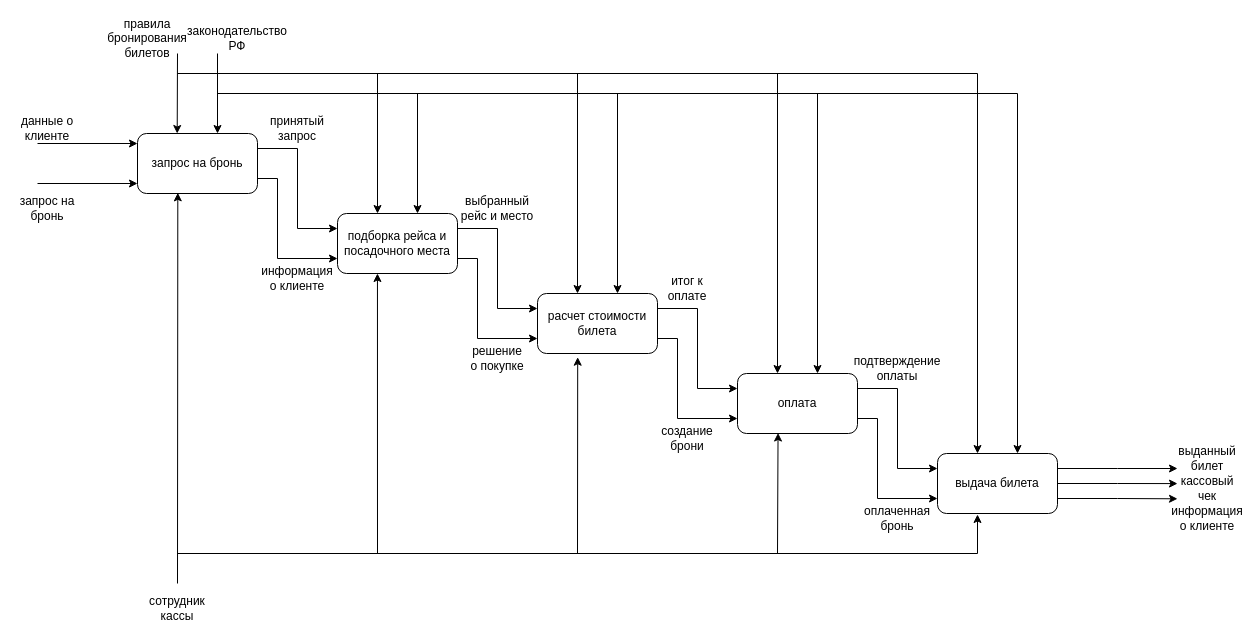
This is Декомпозиция модели ПО в нотаци IDEF0.drawio from Jurwa1/coursework, a draw.io file, before an edit. Source tidied: cells renumbered, new cells numbered last; positions are measured from the earlier drawing's top-left corner, leaving out a move shared by most shapes. Both pictures are drawn from the tidied source at 100%, with x=0, y=0 at pixel (17, 23).
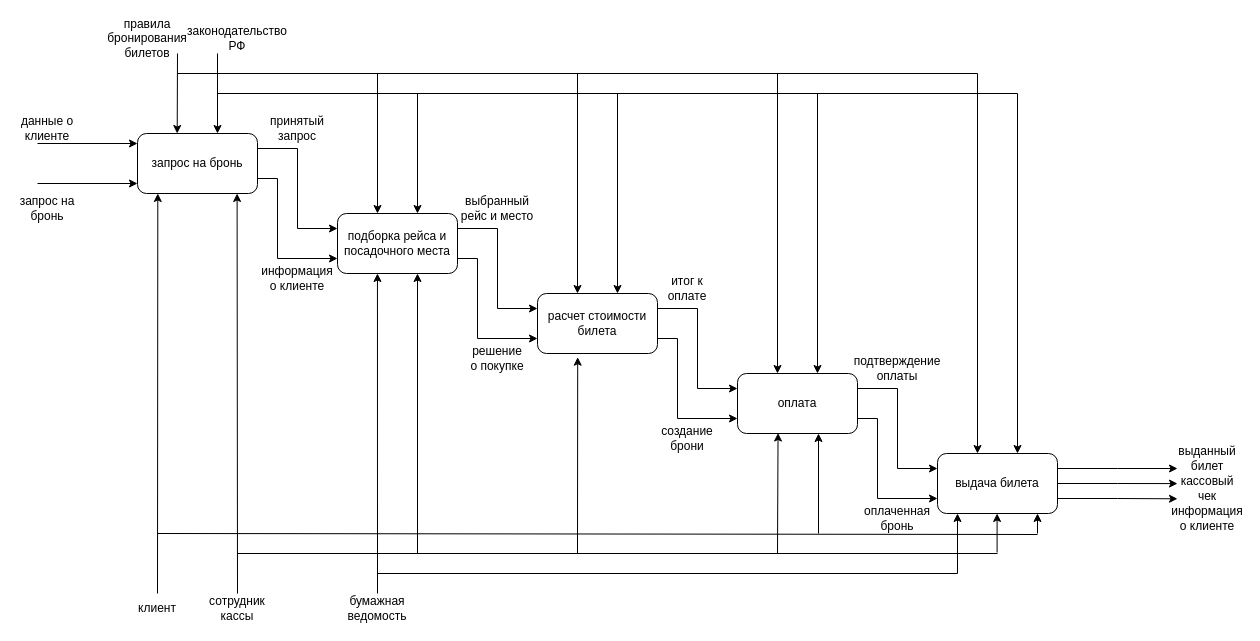
The same diagram, later.

The change refers to these unchanged cells:
```xml
<mxCell id="4" value="запрос на бронь" style="rounded=1;whiteSpace=wrap;html=1;" parent="1" vertex="1">
  <mxGeometry x="120" y="110" width="120" height="60" as="geometry" />
</mxCell>
<mxCell id="7" value="подборка рейса и посадочного места" style="rounded=1;whiteSpace=wrap;html=1;" parent="1" vertex="1">
  <mxGeometry x="320" y="190" width="120" height="60" as="geometry" />
</mxCell>
```

Change to the diagram source:
```diff
@@
-    <mxCell id="33" style="endArrow=classic;html=1;rounded=0;entryX=0.336;entryY=0.989;entryDx=0;entryDy=0;entryPerimeter=0;" parent="1" edge="1" target="4">
+    <mxCell id="33" style="endArrow=classic;html=1;rounded=0;entryX=0.336;entryY=0.989;entryDx=0;entryDy=0;entryPerimeter=0;" parent="1" edge="1">
       <mxGeometry relative="1" as="geometry">
-        <mxPoint x="160" y="560" as="sourcePoint" />
+        <mxPoint x="140" y="570" as="sourcePoint" />
+        <mxPoint x="140.3" y="170" as="targetPoint" />
       </mxGeometry>
     </mxCell>
     <mxCell id="34" style="endArrow=none;html=1;rounded=0;" parent="1" edge="1">
       <mxGeometry relative="1" as="geometry">
-        <mxPoint x="160" y="530" as="sourcePoint" />
-        <mxPoint x="960" y="530" as="targetPoint" />
+        <mxPoint x="360" y="550" as="sourcePoint" />
+        <mxPoint x="940" y="550" as="targetPoint" />
       </mxGeometry>
     </mxCell>
     <mxCell id="35" style="endArrow=classic;html=1;rounded=0;entryX=0.333;entryY=1;entryDx=0;entryDy=0;entryPerimeter=0;" parent="1" edge="1" target="7">
       <mxGeometry relative="1" as="geometry">
-        <mxPoint x="360" y="530" as="sourcePoint" />
+        <mxPoint x="360" y="570" as="sourcePoint" />
       </mxGeometry>
     </mxCell>
@@
     <mxCell id="38" style="endArrow=classic;html=1;rounded=0;" parent="1" edge="1">
       <mxGeometry relative="1" as="geometry">
-        <mxPoint x="960" y="530" as="sourcePoint" />
-        <mxPoint x="960" y="491" as="targetPoint" />
+        <mxPoint x="979.6" y="529" as="sourcePoint" />
+        <mxPoint x="979.6" y="490" as="targetPoint" />
       </mxGeometry>
     </mxCell>
     <mxCell id="39" value="сотрудник кассы" style="text;html=1;whiteSpace=wrap;strokeColor=none;fillColor=none;align=center;verticalAlign=middle;rounded=0;" parent="1" vertex="1">
-      <mxGeometry x="130" y="570" width="60" height="30" as="geometry" />
+      <mxGeometry x="190" y="570" width="60" height="30" as="geometry" />
     </mxCell>
@@
+    <mxCell id="54" style="endArrow=classic;html=1;rounded=0;" parent="1" edge="1">
+      <mxGeometry relative="1" as="geometry">
+        <mxPoint x="220" y="570" as="sourcePoint" />
+        <mxPoint x="219.6" y="170" as="targetPoint" />
+      </mxGeometry>
+    </mxCell>
+    <mxCell id="55" value="клиент" style="text;html=1;whiteSpace=wrap;strokeColor=none;fillColor=none;align=center;verticalAlign=middle;rounded=0;" parent="1" vertex="1">
+      <mxGeometry x="110" y="570" width="60" height="30" as="geometry" />
+    </mxCell>
+    <mxCell id="56" style="endArrow=none;html=1;rounded=0;" parent="1" edge="1">
+      <mxGeometry relative="1" as="geometry">
+        <mxPoint x="220" y="530" as="sourcePoint" />
+        <mxPoint x="980" y="530" as="targetPoint" />
+      </mxGeometry>
+    </mxCell>
+    <mxCell id="57" style="endArrow=classic;html=1;rounded=0;" parent="1" edge="1">
+      <mxGeometry relative="1" as="geometry">
+        <mxPoint x="1020" y="510" as="sourcePoint" />
+        <mxPoint x="1020" y="490" as="targetPoint" />
+      </mxGeometry>
+    </mxCell>
+    <mxCell id="58" style="endArrow=classic;html=1;rounded=0;entryX=0.333;entryY=1;entryDx=0;entryDy=0;entryPerimeter=0;" parent="1" edge="1">
+      <mxGeometry relative="1" as="geometry">
+        <mxPoint x="400" y="530" as="sourcePoint" />
+        <mxPoint x="400" y="250" as="targetPoint" />
+      </mxGeometry>
+    </mxCell>
+    <mxCell id="59" style="endArrow=classic;html=1;rounded=0;entryX=0.338;entryY=0.992;entryDx=0;entryDy=0;entryPerimeter=0;" parent="1" edge="1">
+      <mxGeometry relative="1" as="geometry">
+        <mxPoint x="801" y="510" as="sourcePoint" />
+        <mxPoint x="801" y="410" as="targetPoint" />
+      </mxGeometry>
+    </mxCell>
+    <mxCell id="60" style="endArrow=none;html=1;rounded=0;" parent="1" edge="1">
+      <mxGeometry relative="1" as="geometry">
+        <mxPoint x="140" y="510" as="sourcePoint" />
+        <mxPoint x="1020" y="511" as="targetPoint" />
+      </mxGeometry>
+    </mxCell>
+    <mxCell id="61" style="endArrow=classic;html=1;rounded=0;" parent="1" edge="1">
+      <mxGeometry relative="1" as="geometry">
+        <mxPoint x="940" y="550" as="sourcePoint" />
+        <mxPoint x="940" y="490" as="targetPoint" />
+      </mxGeometry>
+    </mxCell>
+    <mxCell id="62" value="бумажная ведомость" style="text;html=1;whiteSpace=wrap;strokeColor=none;fillColor=none;align=center;verticalAlign=middle;rounded=0;" parent="1" vertex="1">
+      <mxGeometry x="330" y="570" width="60" height="30" as="geometry" />
+    </mxCell>
```
